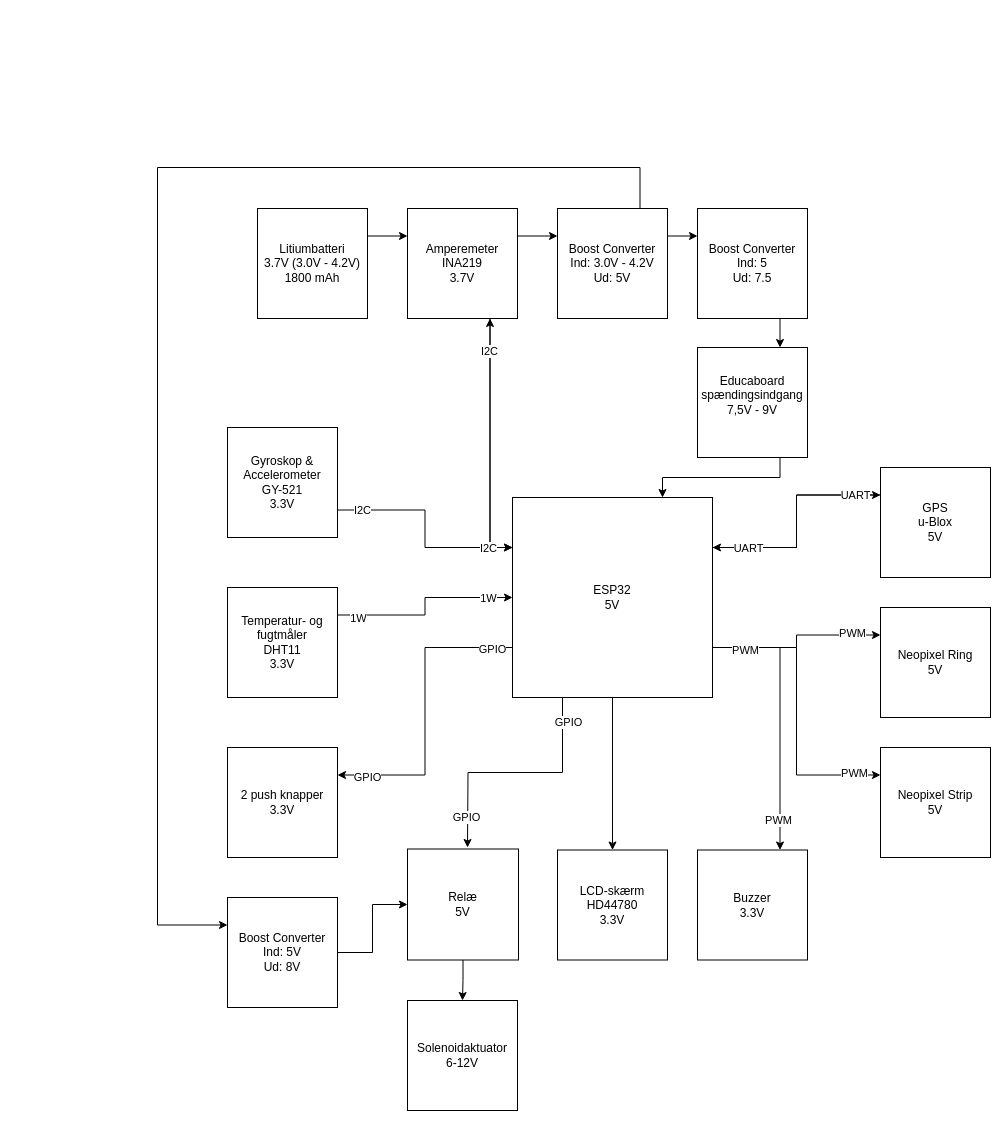
Before: Blokdiagram/Blokdiagram.drawio in KEA-E24-B9-IOT1/E24-B9-IoT1, a draw.io diagram. Source tidied: cells renumbered, new cells numbered last; positions are measured from the earlier drawing's top-left corner, leaving out a move shared by most shapes. Both pictures are drawn from the tidied source at 100%, with x=0, y=0 at pixel (157, 167).
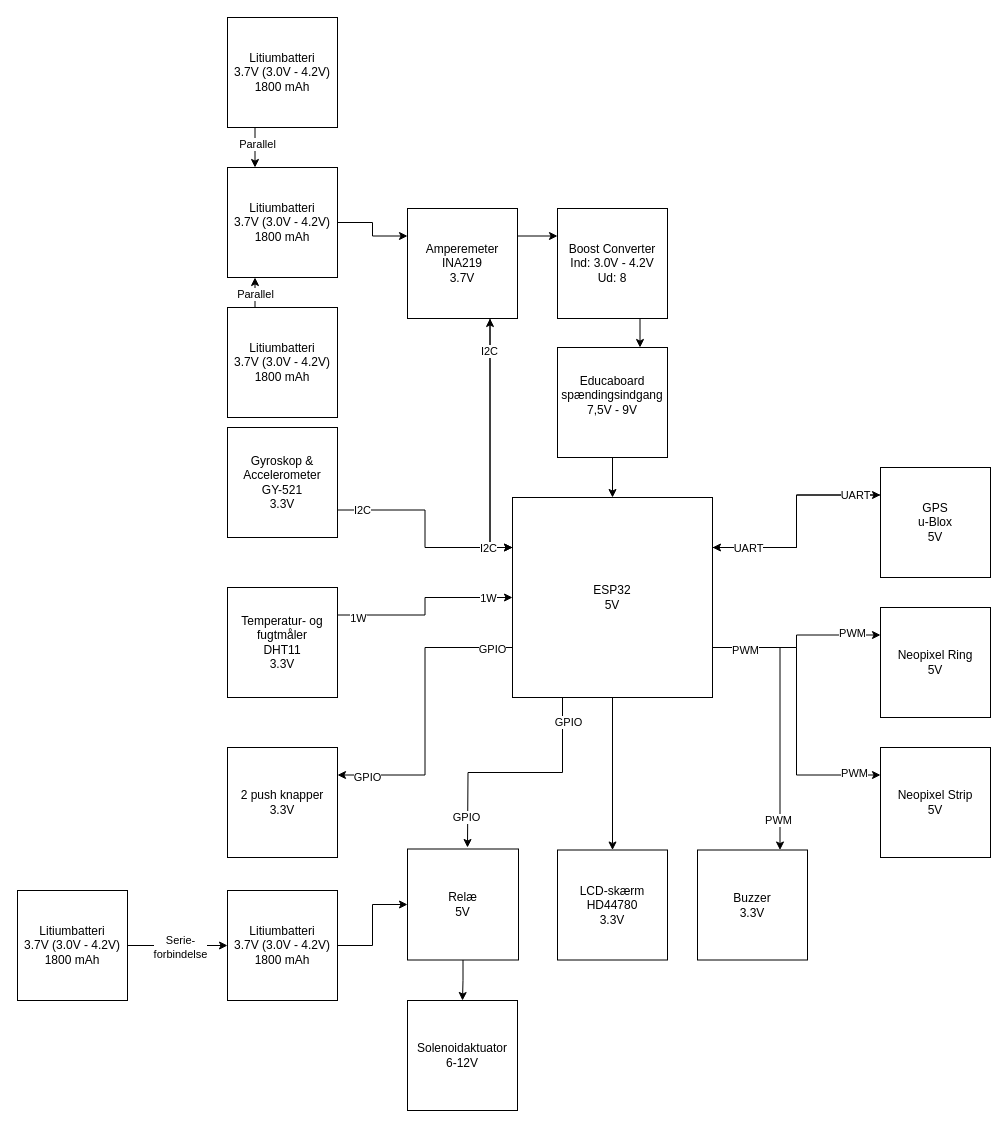
After the change.

Commit message:
Updateret batterier til serie- og parallelforbindelser

Unchanged cells that the change refers to:
```xml
<mxCell id="6" value="&lt;div&gt;Amperemeter&lt;br&gt;&lt;/div&gt;&lt;div&gt;INA219&lt;/div&gt;3.7V" style="whiteSpace=wrap;html=1;" parent="1" vertex="1">
  <mxGeometry x="250" y="41" width="110" height="110" as="geometry" />
</mxCell>
<mxCell id="28" value="&lt;div&gt;ESP32&lt;/div&gt;&lt;div&gt;&lt;span style=&quot;background-color: initial;&quot;&gt;5V&lt;/span&gt;&lt;/div&gt;" style="whiteSpace=wrap;html=1;" parent="1" vertex="1">
  <mxGeometry x="355" y="330" width="200" height="200" as="geometry" />
</mxCell>
<mxCell id="50" value="Relæ&lt;div&gt;5V&lt;/div&gt;" style="whiteSpace=wrap;html=1;" parent="1" vertex="1">
  <mxGeometry x="250" y="681.5" width="111" height="111" as="geometry" />
</mxCell>
```

Diff of the diagram source:
```diff
@@
-    <mxCell id="2" style="edgeStyle=orthogonalEdgeStyle;rounded=0;jettySize=auto;html=1;exitX=1;exitY=0.25;exitDx=0;exitDy=0;entryX=0;entryY=0.25;entryDx=0;entryDy=0;" parent="1" edge="1" source="3" target="6">
-      <mxGeometry relative="1" as="geometry" />
-    </mxCell>
+    <mxCell id="54" style="edgeStyle=orthogonalEdgeStyle;rounded=0;jettySize=auto;html=1;exitX=0.25;exitY=0;exitDx=0;exitDy=0;entryX=0.25;entryY=1;entryDx=0;entryDy=0;" parent="1" edge="1" source="3" target="62">
+      <mxGeometry relative="1" as="geometry" />
+    </mxCell>
+    <mxCell id="55" value="Parallel" style="edgeLabel;html=1;align=center;verticalAlign=middle;" parent="54" vertex="1">
+      <mxGeometry x="-0.05" relative="1" as="geometry" />
+    </mxCell>
     <mxCell id="3" value="&lt;div&gt;Litiumbatteri&lt;/div&gt;&lt;div&gt;3.7V (3.0V - 4.2V)&lt;/div&gt;&lt;div&gt;1800 mAh&lt;br&gt;&lt;/div&gt;" style="whiteSpace=wrap;html=1;" parent="1" vertex="1">
-      <mxGeometry x="100" y="41" width="110" height="110" as="geometry" />
+      <mxGeometry x="70" y="140" width="110" height="110" as="geometry" />
     </mxCell>
@@
-    <mxCell id="7" value="&lt;div&gt;&lt;br&gt;&lt;/div&gt;&lt;div&gt;&lt;br&gt;&lt;/div&gt;" style="edgeStyle=orthogonalEdgeStyle;rounded=0;jettySize=auto;html=1;exitX=0.75;exitY=1;exitDx=0;exitDy=0;entryX=0.75;entryY=0;entryDx=0;entryDy=0;" parent="1" edge="1" source="51" target="28">
+    <mxCell id="7" value="&lt;div&gt;&lt;br&gt;&lt;/div&gt;&lt;div&gt;&lt;br&gt;&lt;/div&gt;" style="edgeStyle=orthogonalEdgeStyle;rounded=0;jettySize=auto;html=1;exitX=0.5;exitY=1;exitDx=0;exitDy=0;entryX=0.5;entryY=0;entryDx=0;entryDy=0;" parent="1" edge="1" source="51" target="28">
       <mxGeometry x="-0.18" relative="1" as="geometry" />
     </mxCell>
-    <mxCell id="8" style="edgeStyle=orthogonalEdgeStyle;rounded=0;jettySize=auto;html=1;exitX=0.75;exitY=0;exitDx=0;exitDy=0;entryX=0;entryY=0.25;entryDx=0;entryDy=0;" parent="1" edge="1" source="10" target="48">
-      <mxGeometry relative="1" as="geometry">
-        <Array as="points">
-          <mxPoint x="483" />
-          <mxPoint />
-          <mxPoint y="758" />
-        </Array>
-      </mxGeometry>
-    </mxCell>
-    <mxCell id="9" style="edgeStyle=orthogonalEdgeStyle;rounded=0;jettySize=auto;html=1;exitX=1;exitY=0.25;exitDx=0;exitDy=0;entryX=0;entryY=0.25;entryDx=0;entryDy=0;" parent="1" edge="1" source="10" target="53">
-      <mxGeometry relative="1" as="geometry" />
-    </mxCell>
+    <mxCell id="56" style="edgeStyle=orthogonalEdgeStyle;rounded=0;jettySize=auto;html=1;exitX=0.75;exitY=1;exitDx=0;exitDy=0;entryX=0.75;entryY=0;entryDx=0;entryDy=0;" parent="1" edge="1" source="10" target="51">
+      <mxGeometry relative="1" as="geometry" />
+    </mxCell>
-    <mxCell id="10" value="&lt;div&gt;Boost Converter&lt;/div&gt;&lt;div&gt;Ind: 3.0V - 4.2V&lt;/div&gt;&lt;div&gt;Ud: 5V&lt;br&gt;&lt;/div&gt;" style="whiteSpace=wrap;html=1;" parent="1" vertex="1">
+    <mxCell id="10" value="&lt;div&gt;Boost Converter&lt;/div&gt;&lt;div&gt;Ind: 3.0V - 4.2V&lt;/div&gt;&lt;div&gt;Ud: 8&lt;br&gt;&lt;/div&gt;" style="whiteSpace=wrap;html=1;" parent="1" vertex="1">
       <mxGeometry x="400" y="41" width="110" height="110" as="geometry" />
     </mxCell>
@@
-    <mxCell id="47" style="edgeStyle=orthogonalEdgeStyle;rounded=0;jettySize=auto;html=1;exitX=1;exitY=0.5;exitDx=0;exitDy=0;entryX=0;entryY=0.5;entryDx=0;entryDy=0;" parent="1" edge="1" source="48" target="50">
+    <mxCell id="47" style="edgeStyle=orthogonalEdgeStyle;rounded=0;jettySize=auto;html=1;exitX=1;exitY=0.5;exitDx=0;exitDy=0;entryX=0;entryY=0.5;entryDx=0;entryDy=0;" parent="1" edge="1" source="57" target="50">
       <mxGeometry relative="1" as="geometry" />
     </mxCell>
-    <mxCell id="48" value="&lt;div&gt;Boost Converter&lt;/div&gt;&lt;div&gt;Ind: 5V&lt;br&gt;&lt;/div&gt;&lt;div&gt;Ud: 8V&lt;br&gt;&lt;/div&gt;" style="whiteSpace=wrap;html=1;" parent="1" vertex="1">
-      <mxGeometry x="70" y="730" width="110" height="110" as="geometry" />
-    </mxCell>
@@
     <mxCell id="51" value="Educaboard spændingsindgang&lt;div&gt;7,5V - 9V&lt;div&gt;&lt;br&gt;&lt;/div&gt;&lt;/div&gt;" style="whiteSpace=wrap;html=1;" parent="1" vertex="1">
-      <mxGeometry x="540" y="180" width="110" height="110" as="geometry" />
+      <mxGeometry x="400" y="180" width="110" height="110" as="geometry" />
     </mxCell>
-    <mxCell id="52" style="edgeStyle=orthogonalEdgeStyle;rounded=0;jettySize=auto;html=1;exitX=0.75;exitY=1;exitDx=0;exitDy=0;entryX=0.75;entryY=0;entryDx=0;entryDy=0;" parent="1" edge="1" source="53" target="51">
-      <mxGeometry relative="1" as="geometry" />
-    </mxCell>
-    <mxCell id="53" value="&lt;div&gt;Boost Converter&lt;/div&gt;&lt;div&gt;Ind: 5&lt;/div&gt;&lt;div&gt;Ud: 7.5&lt;br&gt;&lt;/div&gt;" style="whiteSpace=wrap;html=1;" parent="1" vertex="1">
-      <mxGeometry x="540" y="41" width="110" height="110" as="geometry" />
-    </mxCell>
+    <mxCell id="57" value="&lt;div&gt;Litiumbatteri&lt;/div&gt;&lt;div&gt;3.7V (3.0V - 4.2V)&lt;/div&gt;&lt;div&gt;1800 mAh&lt;br&gt;&lt;/div&gt;" style="whiteSpace=wrap;html=1;" parent="1" vertex="1">
+      <mxGeometry x="70" y="723" width="110" height="110" as="geometry" />
+    </mxCell>
+    <mxCell id="58" style="edgeStyle=orthogonalEdgeStyle;rounded=0;jettySize=auto;html=1;exitX=1;exitY=0.5;exitDx=0;exitDy=0;entryX=0;entryY=0.5;entryDx=0;entryDy=0;" parent="1" edge="1" source="60" target="57">
+      <mxGeometry relative="1" as="geometry" />
+    </mxCell>
+    <mxCell id="59" value="&lt;div&gt;Serie-&lt;/div&gt;&lt;div&gt;forbindelse&lt;br&gt;&lt;/div&gt;" style="edgeLabel;html=1;align=center;verticalAlign=middle;" parent="58" vertex="1">
+      <mxGeometry x="0.03" y="-1" relative="1" as="geometry" />
+    </mxCell>
+    <mxCell id="60" value="&lt;div&gt;Litiumbatteri&lt;/div&gt;&lt;div&gt;3.7V (3.0V - 4.2V)&lt;/div&gt;&lt;div&gt;1800 mAh&lt;br&gt;&lt;/div&gt;" style="whiteSpace=wrap;html=1;" parent="1" vertex="1">
+      <mxGeometry x="-140" y="723" width="110" height="110" as="geometry" />
+    </mxCell>
+    <mxCell id="61" style="edgeStyle=orthogonalEdgeStyle;rounded=0;jettySize=auto;html=1;exitX=1;exitY=0.5;exitDx=0;exitDy=0;entryX=0;entryY=0.25;entryDx=0;entryDy=0;" parent="1" edge="1" source="62" target="6">
+      <mxGeometry relative="1" as="geometry" />
+    </mxCell>
+    <mxCell id="62" value="&lt;div&gt;Litiumbatteri&lt;/div&gt;&lt;div&gt;3.7V (3.0V - 4.2V)&lt;/div&gt;&lt;div&gt;1800 mAh&lt;br&gt;&lt;/div&gt;" style="whiteSpace=wrap;html=1;" parent="1" vertex="1">
+      <mxGeometry x="70" width="110" height="110" as="geometry" />
+    </mxCell>
+    <mxCell id="63" style="edgeStyle=orthogonalEdgeStyle;rounded=0;jettySize=auto;html=1;exitX=0.25;exitY=1;exitDx=0;exitDy=0;entryX=0.25;entryY=0;entryDx=0;entryDy=0;" parent="1" edge="1" source="65" target="62">
+      <mxGeometry relative="1" as="geometry" />
+    </mxCell>
+    <mxCell id="64" value="Parallel" style="edgeLabel;html=1;align=center;verticalAlign=middle;" parent="63" vertex="1">
+      <mxGeometry x="-0.2" y="2" relative="1" as="geometry" />
+    </mxCell>
+    <mxCell id="65" value="&lt;div&gt;Litiumbatteri&lt;/div&gt;&lt;div&gt;3.7V (3.0V - 4.2V)&lt;/div&gt;&lt;div&gt;1800 mAh&lt;br&gt;&lt;/div&gt;" style="whiteSpace=wrap;html=1;" parent="1" vertex="1">
+      <mxGeometry x="70" y="-150" width="110" height="110" as="geometry" />
+    </mxCell>
```
